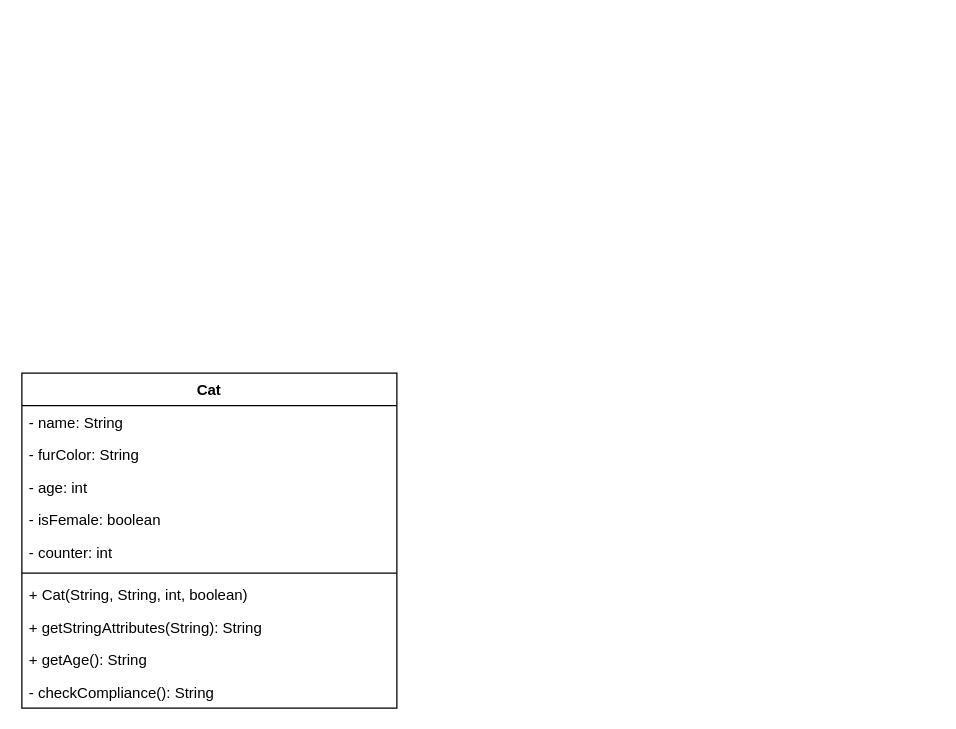
This is page "Cat" (1 of 2) of klassendiagramm.drawio from PhlohOOP/03a_Inheritance_Vererbung, a draw.io file, before an edit. Source tidied: cells renumbered, new cells numbered last; positions are measured from the earlier drawing's top-left corner, leaving out a move shared by most shapes. Both pictures are drawn from the tidied source at 125%, with x=0, y=0 at pixel (21, 372).
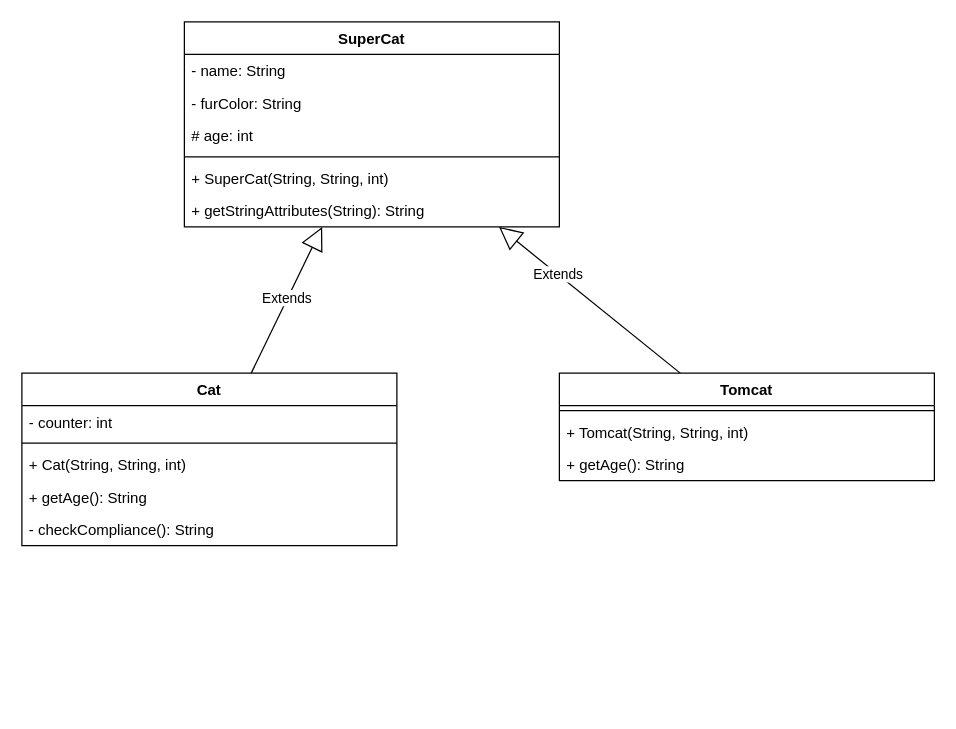
The same diagram, later.

The edit, as a diff of the source:
```diff
@@
     <mxCell id="2" value="Cat" style="swimlane;fontStyle=1;align=center;verticalAlign=top;horizontal=1;startSize=26;" parent="1" vertex="1">
-      <mxGeometry width="300" height="268" as="geometry" />
+      <mxGeometry width="300" height="138" as="geometry" />
     </mxCell>
-    <mxCell id="3" value="- name: String" style="text;strokeColor=none;fillColor=none;align=left;verticalAlign=top;spacingLeft=4;spacingRight=4;overflow=hidden;" parent="2" vertex="1">
-      <mxGeometry y="26" width="300" height="26" as="geometry" />
-    </mxCell>
-    <mxCell id="4" value="- furColor: String" style="text;strokeColor=none;fillColor=none;align=left;verticalAlign=top;spacingLeft=4;spacingRight=4;overflow=hidden;" parent="2" vertex="1">
-      <mxGeometry y="52" width="300" height="26" as="geometry" />
-    </mxCell>
-    <mxCell id="5" value="- age: int" style="text;strokeColor=none;fillColor=none;align=left;verticalAlign=top;spacingLeft=4;spacingRight=4;overflow=hidden;" parent="2" vertex="1">
-      <mxGeometry y="78" width="300" height="26" as="geometry" />
-    </mxCell>
-    <mxCell id="6" value="- isFemale: boolean" style="text;strokeColor=none;fillColor=none;align=left;verticalAlign=top;spacingLeft=4;spacingRight=4;overflow=hidden;" parent="2" vertex="1">
-      <mxGeometry y="104" width="300" height="26" as="geometry" />
-    </mxCell>
     <mxCell id="7" value="- counter: int" style="text;strokeColor=none;fillColor=none;align=left;verticalAlign=top;spacingLeft=4;spacingRight=4;overflow=hidden;" parent="2" vertex="1">
-      <mxGeometry y="130" width="300" height="26" as="geometry" />
+      <mxGeometry y="26" width="300" height="26" as="geometry" />
     </mxCell>
     <mxCell id="8" style="line;strokeWidth=1;fillColor=none;align=left;verticalAlign=middle;spacingTop=-1;spacingLeft=3;spacingRight=3;labelPosition=right;strokeColor=inherit;" parent="2" vertex="1">
-      <mxGeometry y="156" width="300" height="8" as="geometry" />
+      <mxGeometry y="52" width="300" height="8" as="geometry" />
     </mxCell>
-    <mxCell id="9" value="+ Cat(String, String, int, boolean)" style="text;strokeColor=none;fillColor=none;align=left;verticalAlign=top;spacingLeft=4;spacingRight=4;overflow=hidden;" parent="2" vertex="1">
-      <mxGeometry y="164" width="300" height="26" as="geometry" />
+    <mxCell id="9" value="+ Cat(String, String, int)" style="text;strokeColor=none;fillColor=none;align=left;verticalAlign=top;spacingLeft=4;spacingRight=4;overflow=hidden;" parent="2" vertex="1">
+      <mxGeometry y="60" width="300" height="26" as="geometry" />
     </mxCell>
-    <mxCell id="10" value="+ getStringAttributes(String): String" style="text;strokeColor=none;fillColor=none;align=left;verticalAlign=top;spacingLeft=4;spacingRight=4;overflow=hidden;" parent="2" vertex="1">
-      <mxGeometry y="190" width="300" height="26" as="geometry" />
-    </mxCell>
     <mxCell id="11" value="+ getAge(): String" style="text;strokeColor=none;fillColor=none;align=left;verticalAlign=top;spacingLeft=4;spacingRight=4;overflow=hidden;" parent="2" vertex="1">
-      <mxGeometry y="216" width="300" height="26" as="geometry" />
+      <mxGeometry y="86" width="300" height="26" as="geometry" />
     </mxCell>
     <mxCell id="12" value="- checkCompliance(): String" style="text;strokeColor=none;fillColor=none;align=left;verticalAlign=top;spacingLeft=4;spacingRight=4;overflow=hidden;" parent="2" vertex="1">
-      <mxGeometry y="242" width="300" height="26" as="geometry" />
+      <mxGeometry y="112" width="300" height="26" as="geometry" />
     </mxCell>
+    <mxCell id="13" value="SuperCat" style="swimlane;fontStyle=1;align=center;verticalAlign=top;horizontal=1;startSize=26;" parent="1" vertex="1">
+      <mxGeometry x="130" y="-281" width="300" height="164" as="geometry" />
+    </mxCell>
+    <mxCell id="3" value="- name: String" style="text;strokeColor=none;fillColor=none;align=left;verticalAlign=top;spacingLeft=4;spacingRight=4;overflow=hidden;" parent="13" vertex="1">
+      <mxGeometry y="26" width="300" height="26" as="geometry" />
+    </mxCell>
+    <mxCell id="4" value="- furColor: String" style="text;strokeColor=none;fillColor=none;align=left;verticalAlign=top;spacingLeft=4;spacingRight=4;overflow=hidden;" parent="13" vertex="1">
+      <mxGeometry y="52" width="300" height="26" as="geometry" />
+    </mxCell>
+    <mxCell id="14" value="# age: int" style="text;strokeColor=none;fillColor=none;align=left;verticalAlign=top;spacingLeft=4;spacingRight=4;overflow=hidden;" parent="13" vertex="1">
+      <mxGeometry y="78" width="300" height="26" as="geometry" />
+    </mxCell>
+    <mxCell id="15" style="line;strokeWidth=1;fillColor=none;align=left;verticalAlign=middle;spacingTop=-1;spacingLeft=3;spacingRight=3;labelPosition=right;strokeColor=inherit;" parent="13" vertex="1">
+      <mxGeometry y="104" width="300" height="8" as="geometry" />
+    </mxCell>
+    <mxCell id="16" value="+ SuperCat(String, String, int)" style="text;strokeColor=none;fillColor=none;align=left;verticalAlign=top;spacingLeft=4;spacingRight=4;overflow=hidden;" parent="13" vertex="1">
+      <mxGeometry y="112" width="300" height="26" as="geometry" />
+    </mxCell>
+    <mxCell id="10" value="+ getStringAttributes(String): String" style="text;strokeColor=none;fillColor=none;align=left;verticalAlign=top;spacingLeft=4;spacingRight=4;overflow=hidden;" parent="13" vertex="1">
+      <mxGeometry y="138" width="300" height="26" as="geometry" />
+    </mxCell>
+    <mxCell id="17" value="Tomcat&#10;" style="swimlane;fontStyle=1;align=center;verticalAlign=top;horizontal=1;startSize=26;" parent="1" vertex="1">
+      <mxGeometry x="430" width="300" height="86" as="geometry" />
+    </mxCell>
+    <mxCell id="18" style="line;strokeWidth=1;fillColor=none;align=left;verticalAlign=middle;spacingTop=-1;spacingLeft=3;spacingRight=3;labelPosition=right;strokeColor=inherit;" parent="17" vertex="1">
+      <mxGeometry y="26" width="300" height="8" as="geometry" />
+    </mxCell>
+    <mxCell id="19" value="+ Tomcat(String, String, int)" style="text;strokeColor=none;fillColor=none;align=left;verticalAlign=top;spacingLeft=4;spacingRight=4;overflow=hidden;" parent="17" vertex="1">
+      <mxGeometry y="34" width="300" height="26" as="geometry" />
+    </mxCell>
+    <mxCell id="20" value="+ getAge(): String" style="text;strokeColor=none;fillColor=none;align=left;verticalAlign=top;spacingLeft=4;spacingRight=4;overflow=hidden;" parent="17" vertex="1">
+      <mxGeometry y="60" width="300" height="26" as="geometry" />
+    </mxCell>
+    <mxCell id="21" value="Extends" style="endArrow=block;endSize=16;endFill=0;html=1;" parent="1" edge="1" source="2" target="13">
+      <mxGeometry x="0.01" y="1" relative="1" as="geometry">
+        <mxPoint x="1" as="offset" />
+      </mxGeometry>
+    </mxCell>
+    <mxCell id="22" value="Extends" style="endArrow=block;endSize=16;endFill=0;html=1;" parent="1" edge="1" source="17" target="13">
+      <mxGeometry x="0.35" relative="1" as="geometry" />
+    </mxCell>
```
